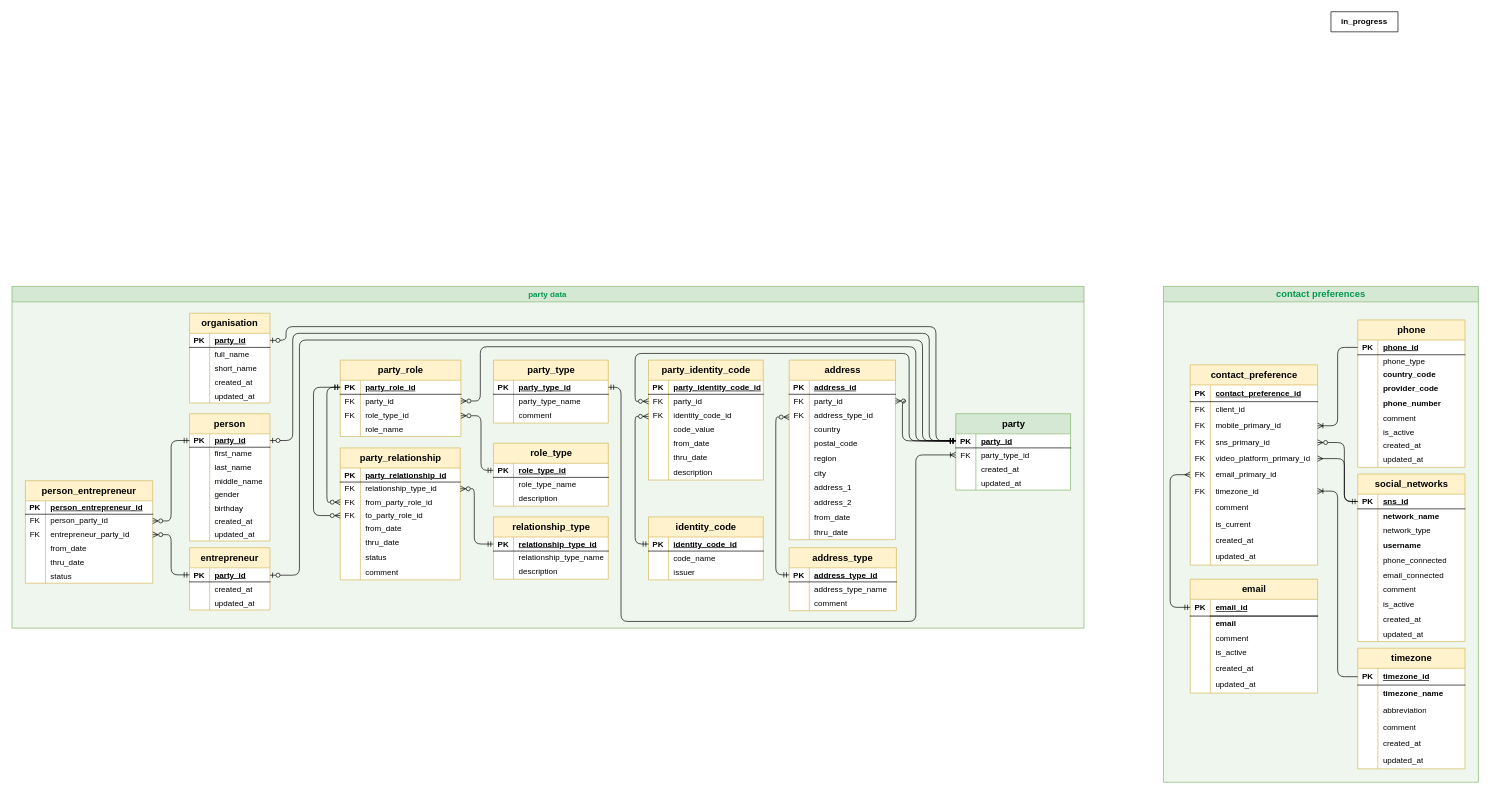
This is docs/smpl.drawio.xml from myshkarus/smpl_tkinter, a draw.io file, before an edit. Source tidied: cells renumbered, new cells numbered last; positions are measured from the earlier drawing's top-left corner, leaving out a move shared by most shapes. Both pictures are drawn from the tidied source at 67%, with x=0, y=0 at pixel (11, 11).
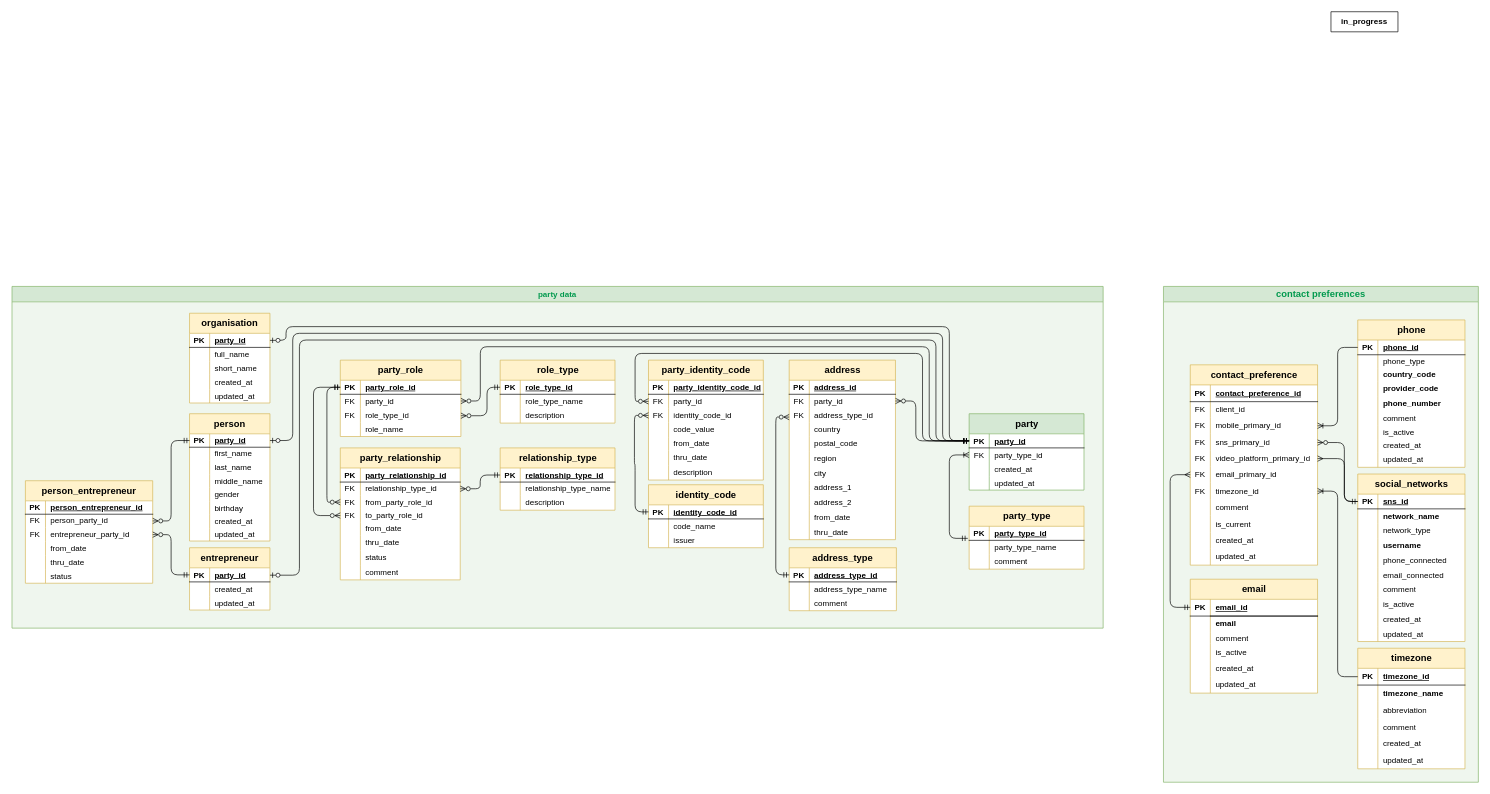
The same page after the edit.

Commit message:
Update smpl.drawio.xml - party_data finished

The change refers to these unchanged cells:
```xml
<mxCell id="142" style="shape=tableRow;horizontal=0;startSize=0;swimlaneHead=0;swimlaneBody=0;fillColor=none;points=[[0,0.5],[1,0.5]];portConstraint=eastwest;top=0;left=0;right=0;bottom=1;" parent="141" vertex="1">
  <mxGeometry y="30" width="120" height="20" as="geometry" />
</mxCell>
<mxCell id="167" style="shape=tableRow;horizontal=0;startSize=0;swimlaneHead=0;swimlaneBody=0;fillColor=none;points=[[0,0.5],[1,0.5]];portConstraint=eastwest;top=0;left=0;right=0;bottom=1;" parent="166" vertex="1">
  <mxGeometry y="30" width="120" height="21" as="geometry" />
</mxCell>
<mxCell id="183" style="shape=tableRow;horizontal=0;startSize=0;swimlaneHead=0;swimlaneBody=0;fillColor=none;points=[[0,0.5],[1,0.5]];portConstraint=eastwest;top=0;left=0;right=0;bottom=1;" parent="182" vertex="1">
  <mxGeometry y="30" width="171.4" height="21" as="geometry" />
</mxCell>
<mxCell id="193" style="shape=tableRow;horizontal=0;startSize=0;swimlaneHead=0;swimlaneBody=0;fillColor=none;points=[[0,0.5],[1,0.5]];portConstraint=eastwest;top=0;left=0;right=0;bottom=1;" parent="192" vertex="1">
  <mxGeometry y="30" width="171.4" height="21" as="geometry" />
</mxCell>
<mxCell id="206" style="shape=tableRow;horizontal=0;startSize=0;swimlaneHead=0;swimlaneBody=0;fillColor=none;points=[[0,0.5],[1,0.5]];portConstraint=eastwest;top=0;left=0;right=0;bottom=0;" parent="202" vertex="1">
  <mxGeometry y="51" width="180" height="21" as="geometry" />
</mxCell>
<mxCell id="209" style="shape=tableRow;horizontal=0;startSize=0;swimlaneHead=0;swimlaneBody=0;fillColor=none;points=[[0,0.5],[1,0.5]];portConstraint=eastwest;top=0;left=0;right=0;bottom=0;fontStyle=1;" parent="202" vertex="1">
  <mxGeometry y="72" width="180" height="21" as="geometry" />
</mxCell>
<mxCell id="219" style="shape=tableRow;horizontal=0;startSize=0;swimlaneHead=0;swimlaneBody=0;fillColor=none;points=[[0,0.5],[1,0.5]];portConstraint=eastwest;top=0;left=0;right=0;bottom=0;" parent="215" vertex="1">
  <mxGeometry y="51" width="179" height="20" as="geometry" />
</mxCell>
<mxCell id="241" style="shape=tableRow;horizontal=0;startSize=0;swimlaneHead=0;swimlaneBody=0;fillColor=none;points=[[0,0.5],[1,0.5]];portConstraint=eastwest;top=0;left=0;right=0;bottom=1;" parent="240" vertex="1">
  <mxGeometry y="30" width="171.4" height="21" as="geometry" />
</mxCell>
<mxCell id="244" style="shape=tableRow;horizontal=0;startSize=0;swimlaneHead=0;swimlaneBody=0;fillColor=none;points=[[0,0.5],[1,0.5]];portConstraint=eastwest;top=0;left=0;right=0;bottom=0;" parent="240" vertex="1">
  <mxGeometry y="51" width="171.4" height="21" as="geometry" />
</mxCell>
<mxCell id="254" style="shape=tableRow;horizontal=0;startSize=0;swimlaneHead=0;swimlaneBody=0;fillColor=none;points=[[0,0.5],[1,0.5]];portConstraint=eastwest;top=0;left=0;right=0;bottom=1;" parent="253" vertex="1">
  <mxGeometry y="30" width="120" height="21" as="geometry" />
</mxCell>
<mxCell id="289" style="shape=tableRow;horizontal=0;startSize=0;swimlaneHead=0;swimlaneBody=0;fillColor=none;points=[[0,0.5],[1,0.5]];portConstraint=eastwest;top=0;left=0;right=0;bottom=0;" parent="285" vertex="1">
  <mxGeometry y="51" width="171.4" height="21" as="geometry" />
</mxCell>
<mxCell id="292" style="shape=tableRow;horizontal=0;startSize=0;swimlaneHead=0;swimlaneBody=0;fillColor=none;points=[[0,0.5],[1,0.5]];portConstraint=eastwest;top=0;left=0;right=0;bottom=0;" parent="285" vertex="1">
  <mxGeometry y="72" width="171.4" height="21" as="geometry" />
</mxCell>
<mxCell id="308" style="shape=tableRow;horizontal=0;startSize=0;swimlaneHead=0;swimlaneBody=0;fillColor=none;points=[[0,0.5],[1,0.5]];portConstraint=eastwest;top=0;left=0;right=0;bottom=1;" parent="307" vertex="1">
  <mxGeometry y="30" width="171.4" height="21" as="geometry" />
</mxCell>
<mxCell id="322" style="shape=tableRow;horizontal=0;startSize=0;swimlaneHead=0;swimlaneBody=0;fillColor=none;points=[[0,0.5],[1,0.5]];portConstraint=eastwest;top=0;left=0;right=0;bottom=0;" parent="318" vertex="1">
  <mxGeometry y="51" width="158.6" height="21" as="geometry" />
</mxCell>
<mxCell id="364" style="shape=tableRow;horizontal=0;startSize=0;swimlaneHead=0;swimlaneBody=0;fillColor=none;points=[[0,0.5],[1,0.5]];portConstraint=eastwest;top=0;left=0;right=0;bottom=1;" parent="363" vertex="1">
  <mxGeometry y="30" width="171.4" height="21" as="geometry" />
</mxCell>
<mxCell id="367" style="shape=tableRow;horizontal=0;startSize=0;swimlaneHead=0;swimlaneBody=0;fillColor=none;points=[[0,0.5],[1,0.5]];portConstraint=eastwest;top=0;left=0;right=0;bottom=0;" parent="363" vertex="1">
  <mxGeometry y="51" width="171.4" height="21" as="geometry" />
</mxCell>
```

Change to the diagram source:
```diff
@@
     <mxCell id="140" value="&lt;font color=&quot;#00994d&quot;&gt;party data&lt;/font&gt;" style="swimlane;whiteSpace=wrap;html=1;fillColor=#d5e8d4;swimlaneFillColor=#EFF6EE;strokeColor=#82b366;" parent="1" vertex="1">
-      <mxGeometry x="0.4" y="410" width="1600" height="510" as="geometry" />
+      <mxGeometry x="0.4" y="410" width="1628.6" height="510" as="geometry" />
     </mxCell>
@@
     <mxCell id="182" value="role_type" style="shape=table;startSize=30;childLayout=tableLayout;rowLines=0;fontStyle=1;align=center;html=1;fillColor=#fff2cc;strokeColor=#d6b656;fontSize=14;swimlaneFillColor=default;" parent="140" vertex="1">
-      <mxGeometry x="718.6" y="234" width="171.4" height="94" as="geometry" />
+      <mxGeometry x="728.6" y="110" width="171.4" height="94" as="geometry" />
     </mxCell>
@@
     <mxCell id="192" value="relationship_type" style="shape=table;startSize=30;childLayout=tableLayout;rowLines=0;fontStyle=1;align=center;html=1;fillColor=#fff2cc;strokeColor=#d6b656;fontSize=14;swimlaneFillColor=default;" parent="140" vertex="1">
-      <mxGeometry x="718.6" y="344" width="171.4" height="93" as="geometry" />
+      <mxGeometry x="728.6" y="241" width="171.4" height="93" as="geometry" />
     </mxCell>
@@
     <mxCell id="240" value="party_type" style="shape=table;startSize=30;childLayout=tableLayout;rowLines=0;fontStyle=1;align=center;html=1;fillColor=#fff2cc;strokeColor=#d6b656;fontSize=14;swimlaneFillColor=default;" parent="140" vertex="1">
-      <mxGeometry x="718.6" y="110" width="171.4" height="94" as="geometry" />
+      <mxGeometry x="1428.6" y="328" width="171.4" height="94" as="geometry" />
     </mxCell>
@@
     <mxCell id="250" style="edgeStyle=orthogonalEdgeStyle;rounded=1;jettySize=auto;html=1;endArrow=ERzeroToMany;endFill=0;startArrow=ERmandOne;startFill=0;" parent="140" edge="1" source="193" target="219">
-      <mxGeometry relative="1" as="geometry">
-        <Array as="points">
-          <mxPoint x="690" y="384" />
-          <mxPoint x="690" y="302" />
-        </Array>
-      </mxGeometry>
+      <mxGeometry relative="1" as="geometry" />
     </mxCell>
@@
     <mxCell id="284" style="edgeStyle=orthogonalEdgeStyle;rounded=1;jettySize=auto;html=1;startArrow=ERmandOne;startFill=0;endArrow=ERzeroToMany;endFill=0;" parent="140" edge="1" source="183" target="209">
       <mxGeometry relative="1" as="geometry">
         <Array as="points">
-          <mxPoint x="700" y="275" />
-          <mxPoint x="700" y="193" />
+          <mxPoint x="709" y="151" />
+          <mxPoint x="709" y="193" />
         </Array>
       </mxGeometry>
     </mxCell>
@@
     <mxCell id="307" value="identity_code" style="shape=table;startSize=30;childLayout=tableLayout;rowLines=0;fontStyle=1;align=center;html=1;fillColor=#fff2cc;strokeColor=#d6b656;fontSize=14;swimlaneFillColor=default;" parent="140" vertex="1">
-      <mxGeometry x="950" y="344" width="171.4" height="94" as="geometry" />
+      <mxGeometry x="950" y="296" width="171.4" height="94" as="geometry" />
     </mxCell>
@@
     <mxCell id="317" style="edgeStyle=orthogonalEdgeStyle;rounded=1;jettySize=auto;html=1;exitX=0;exitY=0.5;exitDx=0;exitDy=0;endArrow=ERzeroToMany;endFill=0;startArrow=ERmandOne;startFill=0;" parent="140" edge="1" source="308" target="292">
       <mxGeometry relative="1" as="geometry">
         <Array as="points">
-          <mxPoint x="930" y="385" />
-          <mxPoint x="930" y="194" />
+          <mxPoint x="930" y="337" />
+          <mxPoint x="930" y="265" />
+          <mxPoint x="929" y="193" />
         </Array>
       </mxGeometry>
     </mxCell>
@@
     <mxCell id="363" value="party" style="shape=table;startSize=30;childLayout=tableLayout;rowLines=0;fontStyle=1;align=center;html=1;fillColor=#d5e8d4;strokeColor=#82b366;fontSize=14;swimlaneFillColor=default;" parent="140" vertex="1">
-      <mxGeometry x="1408.6" y="190" width="171.4" height="114" as="geometry" />
+      <mxGeometry x="1428.6" y="190" width="171.4" height="114" as="geometry" />
     </mxCell>
@@
     <mxCell id="376" style="fontSize=12;html=1;endArrow=ERzeroToOne;startArrow=ERmandOne;rounded=1;edgeStyle=orthogonalEdgeStyle;entryX=1;entryY=0.5;entryDx=0;entryDy=0;" parent="140" edge="1" source="364" target="167">
       <mxGeometry relative="1" as="geometry">
         <Array as="points">
-          <mxPoint x="1379" y="231" />
-          <mxPoint x="1379" y="60" />
+          <mxPoint x="1399" y="231" />
+          <mxPoint x="1399" y="60" />
           <mxPoint x="409" y="60" />
           <mxPoint x="409" y="81" />
         </Array>
       </mxGeometry>
     </mxCell>
     <mxCell id="377" style="edgeStyle=orthogonalEdgeStyle;fontSize=12;html=1;endArrow=ERzeroToOne;startArrow=ERmandOne;rounded=1;" parent="140" edge="1" source="364" target="142">
       <mxGeometry relative="1" as="geometry">
         <Array as="points">
-          <mxPoint x="1369" y="231" />
-          <mxPoint x="1369" y="70" />
+          <mxPoint x="1389" y="231" />
+          <mxPoint x="1389" y="70" />
           <mxPoint x="419" y="70" />
           <mxPoint x="419" y="230" />
         </Array>
       </mxGeometry>
     </mxCell>
     <mxCell id="378" style="edgeStyle=orthogonalEdgeStyle;rounded=1;jettySize=auto;html=1;startArrow=ERmandOne;startFill=0;endArrow=ERzeroToMany;endFill=0;" parent="140" edge="1" source="364" target="206">
       <mxGeometry relative="1" as="geometry">
         <Array as="points">
-          <mxPoint x="1349" y="231" />
-          <mxPoint x="1349" y="90" />
+          <mxPoint x="1369" y="231" />
+          <mxPoint x="1369" y="90" />
           <mxPoint x="699" y="90" />
           <mxPoint x="699" y="171" />
         </Array>
       </mxGeometry>
     </mxCell>
     <mxCell id="379" style="edgeStyle=orthogonalEdgeStyle;fontSize=12;html=1;endArrow=ERzeroToOne;startArrow=ERmandOne;rounded=1;exitX=0;exitY=0.5;exitDx=0;exitDy=0;" parent="140" edge="1" source="364" target="254">
       <mxGeometry relative="1" as="geometry">
         <Array as="points">
-          <mxPoint x="1359" y="231" />
-          <mxPoint x="1359" y="80" />
+          <mxPoint x="1379" y="231" />
+          <mxPoint x="1379" y="80" />
           <mxPoint x="429" y="80" />
           <mxPoint x="429" y="431" />
         </Array>
       </mxGeometry>
     </mxCell>
     <mxCell id="380" style="edgeStyle=orthogonalEdgeStyle;rounded=1;jettySize=auto;html=1;exitX=0;exitY=0.5;exitDx=0;exitDy=0;endArrow=ERzeroToMany;endFill=0;startArrow=ERmandOne;startFill=0;" parent="140" edge="1" source="364" target="322">
       <mxGeometry relative="1" as="geometry">
         <Array as="points">
-          <mxPoint x="1329" y="231" />
-          <mxPoint x="1329" y="171" />
+          <mxPoint x="1349" y="231" />
+          <mxPoint x="1349" y="171" />
         </Array>
       </mxGeometry>
     </mxCell>
     <mxCell id="381" style="edgeStyle=orthogonalEdgeStyle;rounded=1;jettySize=auto;html=1;entryX=0;entryY=0.5;entryDx=0;entryDy=0;endArrow=ERzeroToMany;endFill=0;startArrow=ERmandOne;startFill=0;" parent="140" edge="1" source="364" target="289">
       <mxGeometry relative="1" as="geometry">
         <Array as="points">
-          <mxPoint x="1339" y="231" />
-          <mxPoint x="1339" y="100" />
+          <mxPoint x="1359" y="231" />
+          <mxPoint x="1359" y="100" />
           <mxPoint x="930" y="100" />
           <mxPoint x="930" y="171" />
         </Array>
       </mxGeometry>
     </mxCell>
-    <mxCell id="382" style="edgeStyle=orthogonalEdgeStyle;fontSize=12;html=1;endArrow=ERoneToMany;endFill=0;rounded=1;startArrow=ERmandOne;startFill=0;entryX=0;entryY=0.5;entryDx=0;entryDy=0;exitX=1;exitY=0.5;exitDx=0;exitDy=0;" parent="140" edge="1" source="241" target="367">
+    <mxCell id="382" style="edgeStyle=orthogonalEdgeStyle;fontSize=12;html=1;endArrow=ERoneToMany;endFill=0;rounded=1;startArrow=ERmandOne;startFill=0;entryX=0;entryY=0.5;entryDx=0;entryDy=0;exitX=-0.012;exitY=-0.143;exitDx=0;exitDy=0;exitPerimeter=0;" parent="140" edge="1" source="244" target="367">
       <mxGeometry relative="1" as="geometry">
         <Array as="points">
-          <mxPoint x="909" y="151" />
-          <mxPoint x="909" y="500" />
-          <mxPoint x="1349" y="500" />
-          <mxPoint x="1349" y="251" />
+          <mxPoint x="1399" y="376" />
+          <mxPoint x="1399" y="251" />
         </Array>
       </mxGeometry>
     </mxCell>
```
